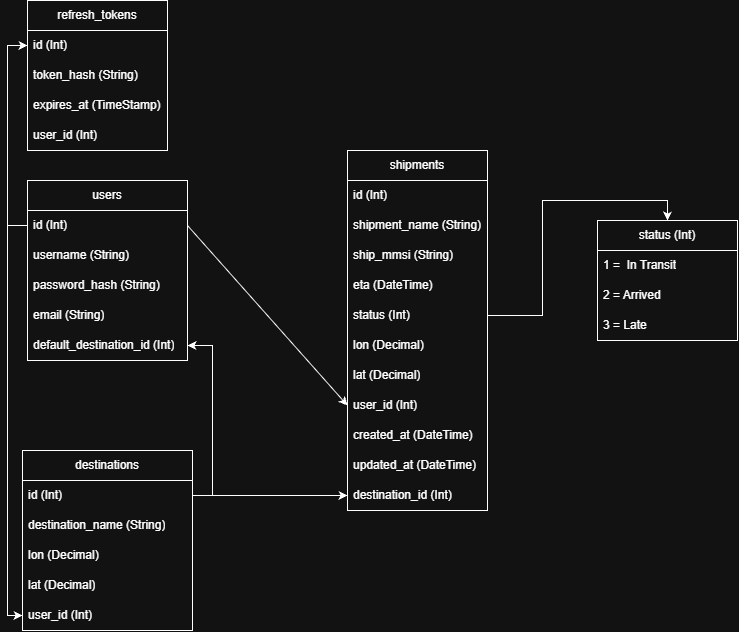
Before: Documentation/Charts/ShipmentTrackingDB.drawio.png, a diagram exported from draw.io (Timanttiso/ShipmentTracking). Source tidied: cells renumbered, new cells last; positions are measured from the earlier drawing's top-left corner, leaving out a move shared by most shapes.
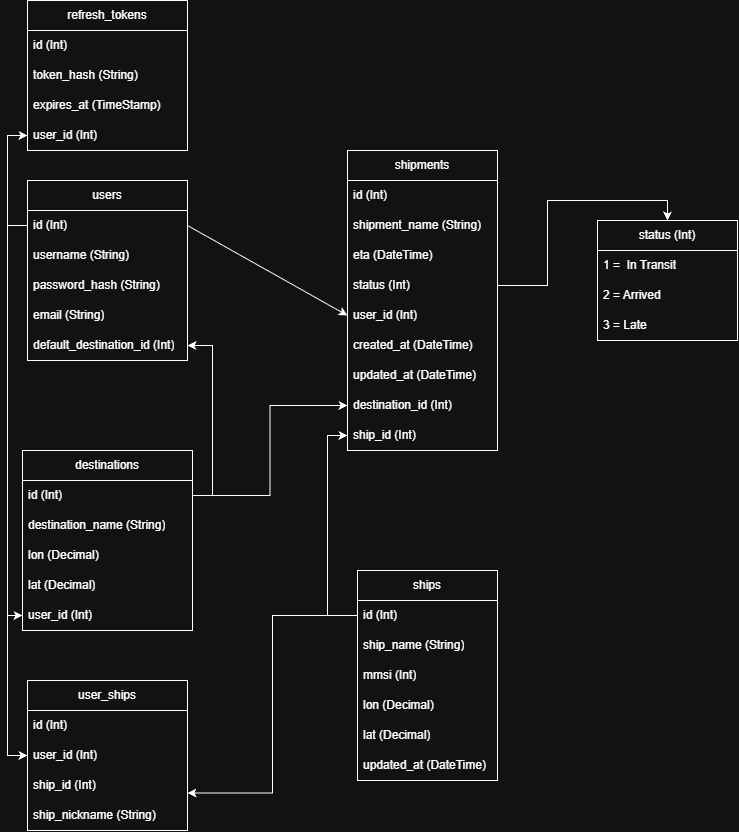
Later version of the same file.

Commit message:
Updated database chart

The edit, as a diff of the source:
```diff
@@ -3,43 +3,37 @@
     <mxCell id="0" />
     <mxCell id="1" parent="0" />
     <mxCell id="2" value="shipments" style="swimlane;fontStyle=0;horizontal=1;startSize=30;whiteSpace=wrap;html=1;" parent="1" vertex="1">
-      <mxGeometry x="325" y="150" width="140" height="360" as="geometry" />
+      <mxGeometry x="325" y="150" width="150" height="300" as="geometry" />
     </mxCell>
     <mxCell id="3" value="id (Int)" style="text;strokeColor=none;fillColor=none;align=left;verticalAlign=middle;spacingLeft=4;spacingRight=4;overflow=hidden;whiteSpace=wrap;html=1;" parent="2" vertex="1">
-      <mxGeometry y="30" width="140" height="30" as="geometry" />
+      <mxGeometry y="30" width="150" height="30" as="geometry" />
     </mxCell>
     <mxCell id="4" value="shipment_name (String)" style="text;strokeColor=none;fillColor=none;align=left;verticalAlign=middle;spacingLeft=4;spacingRight=4;overflow=hidden;whiteSpace=wrap;html=1;" parent="2" vertex="1">
-      <mxGeometry y="60" width="140" height="30" as="geometry" />
+      <mxGeometry y="60" width="150" height="30" as="geometry" />
     </mxCell>
-    <mxCell id="5" value="ship_mmsi (String)" style="text;strokeColor=none;fillColor=none;align=left;verticalAlign=middle;spacingLeft=4;spacingRight=4;overflow=hidden;whiteSpace=wrap;html=1;" parent="2" vertex="1">
-      <mxGeometry y="90" width="140" height="30" as="geometry" />
-    </mxCell>
     <mxCell id="6" value="eta (DateTime)" style="text;strokeColor=none;fillColor=none;align=left;verticalAlign=middle;spacingLeft=4;spacingRight=4;overflow=hidden;whiteSpace=wrap;html=1;" parent="2" vertex="1">
-      <mxGeometry y="120" width="140" height="30" as="geometry" />
+      <mxGeometry y="90" width="150" height="30" as="geometry" />
     </mxCell>
     <mxCell id="7" value="status (Int)" style="text;strokeColor=none;fillColor=none;align=left;verticalAlign=middle;spacingLeft=4;spacingRight=4;overflow=hidden;points=[[0,0.5],[1,0.5]];portConstraint=eastwest;whiteSpace=wrap;html=1;" parent="2" vertex="1">
-      <mxGeometry y="150" width="140" height="30" as="geometry" />
+      <mxGeometry y="120" width="150" height="30" as="geometry" />
     </mxCell>
-    <mxCell id="8" value="lon (Decimal)" style="text;strokeColor=none;fillColor=none;align=left;verticalAlign=middle;spacingLeft=4;spacingRight=4;overflow=hidden;whiteSpace=wrap;html=1;" parent="2" vertex="1">
-      <mxGeometry y="180" width="140" height="30" as="geometry" />
-    </mxCell>
-    <mxCell id="9" value="lat (Decimal)" style="text;strokeColor=none;fillColor=none;align=left;verticalAlign=middle;spacingLeft=4;spacingRight=4;overflow=hidden;whiteSpace=wrap;html=1;" parent="2" vertex="1">
-      <mxGeometry y="210" width="140" height="30" as="geometry" />
-    </mxCell>
     <mxCell id="10" value="user_id (Int)" style="text;strokeColor=none;fillColor=none;align=left;verticalAlign=middle;spacingLeft=4;spacingRight=4;overflow=hidden;points=[[0,0.5],[1,0.5]];portConstraint=eastwest;whiteSpace=wrap;html=1;" parent="2" vertex="1">
-      <mxGeometry y="240" width="140" height="30" as="geometry" />
+      <mxGeometry y="150" width="150" height="30" as="geometry" />
     </mxCell>
     <mxCell id="11" value="created_at (DateTime)" style="text;strokeColor=none;fillColor=none;align=left;verticalAlign=middle;spacingLeft=4;spacingRight=4;overflow=hidden;whiteSpace=wrap;html=1;" parent="2" vertex="1">
-      <mxGeometry y="270" width="140" height="30" as="geometry" />
+      <mxGeometry y="180" width="150" height="30" as="geometry" />
     </mxCell>
     <mxCell id="12" value="updated_at (DateTime)" style="text;strokeColor=none;fillColor=none;align=left;verticalAlign=middle;spacingLeft=4;spacingRight=4;overflow=hidden;whiteSpace=wrap;html=1;" parent="2" vertex="1">
-      <mxGeometry y="300" width="140" height="30" as="geometry" />
+      <mxGeometry y="210" width="150" height="30" as="geometry" />
     </mxCell>
     <mxCell id="13" value="destination_id (Int)" style="text;strokeColor=none;fillColor=none;align=left;verticalAlign=middle;spacingLeft=4;spacingRight=4;overflow=hidden;points=[[0,0.5],[1,0.5]];portConstraint=eastwest;whiteSpace=wrap;html=1;" parent="2" vertex="1">
-      <mxGeometry y="330" width="140" height="30" as="geometry" />
+      <mxGeometry y="240" width="150" height="30" as="geometry" />
     </mxCell>
+    <mxCell id="41" value="ship_id (Int)" style="text;strokeColor=none;fillColor=none;align=left;verticalAlign=middle;spacingLeft=4;spacingRight=4;overflow=hidden;points=[[0,0.5],[1,0.5]];portConstraint=eastwest;whiteSpace=wrap;html=1;" parent="2" vertex="1">
+      <mxGeometry y="270" width="150" height="30" as="geometry" />
+    </mxCell>
-    <mxCell id="14" style="edgeStyle=orthogonalEdgeStyle;rounded=0;jettySize=auto;html=1;exitX=0;exitY=0.25;exitDx=0;exitDy=0;entryX=0;entryY=0.5;entryDx=0;entryDy=0;" parent="1" edge="1" source="15" target="37">
-      <mxGeometry relative="1" as="geometry" />
+    <mxCell id="14" style="edgeStyle=orthogonalEdgeStyle;rounded=0;jettySize=auto;html=1;exitX=0;exitY=0.25;exitDx=0;exitDy=0;entryX=0;entryY=0.5;entryDx=0;entryDy=0;" parent="1" edge="1" source="15" target="40">
+      <mxGeometry x="0.69" relative="1" as="geometry" />
     </mxCell>
     <mxCell id="15" value="users" style="swimlane;fontStyle=0;horizontal=1;startSize=30;whiteSpace=wrap;html=1;" parent="1" vertex="1">
       <mxGeometry x="5" y="180" width="160" height="180" as="geometry" />
@@ -105,19 +99,64 @@
       <mxGeometry relative="1" as="geometry" />
     </mxCell>
     <mxCell id="36" value="refresh_tokens" style="swimlane;fontStyle=0;horizontal=1;startSize=30;whiteSpace=wrap;html=1;" parent="1" vertex="1">
-      <mxGeometry x="5" width="140" height="150" as="geometry" />
+      <mxGeometry x="5" width="160" height="150" as="geometry" />
     </mxCell>
     <mxCell id="37" value="id (Int)" style="text;strokeColor=none;fillColor=none;align=left;verticalAlign=middle;spacingLeft=4;spacingRight=4;overflow=hidden;points=[[0,0.5],[1,0.5]];portConstraint=eastwest;whiteSpace=wrap;html=1;" parent="36" vertex="1">
-      <mxGeometry y="30" width="140" height="30" as="geometry" />
+      <mxGeometry y="30" width="160" height="30" as="geometry" />
     </mxCell>
     <mxCell id="38" value="token_hash (String)" style="text;strokeColor=none;fillColor=none;align=left;verticalAlign=middle;spacingLeft=4;spacingRight=4;overflow=hidden;whiteSpace=wrap;html=1;" parent="36" vertex="1">
-      <mxGeometry y="60" width="140" height="30" as="geometry" />
+      <mxGeometry y="60" width="160" height="30" as="geometry" />
     </mxCell>
     <mxCell id="39" value="expires_at (TimeStamp)" style="text;strokeColor=none;fillColor=none;align=left;verticalAlign=middle;spacingLeft=4;spacingRight=4;overflow=hidden;whiteSpace=wrap;html=1;" parent="36" vertex="1">
-      <mxGeometry y="90" width="140" height="30" as="geometry" />
+      <mxGeometry y="90" width="160" height="30" as="geometry" />
     </mxCell>
     <mxCell id="40" value="user_id (Int)" style="text;strokeColor=none;fillColor=none;align=left;verticalAlign=middle;spacingLeft=4;spacingRight=4;overflow=hidden;points=[[0,0.5],[1,0.5]];portConstraint=eastwest;whiteSpace=wrap;html=1;" parent="36" vertex="1">
-      <mxGeometry y="120" width="140" height="30" as="geometry" />
+      <mxGeometry y="120" width="160" height="30" as="geometry" />
     </mxCell>
+    <mxCell id="42" value="ships" style="swimlane;fontStyle=0;horizontal=1;startSize=30;whiteSpace=wrap;html=1;" parent="1" vertex="1">
+      <mxGeometry x="335" y="570" width="140" height="210" as="geometry" />
+    </mxCell>
+    <mxCell id="43" value="id (Int)" style="text;strokeColor=none;fillColor=none;align=left;verticalAlign=middle;spacingLeft=4;spacingRight=4;overflow=hidden;points=[[0,0.5],[1,0.5]];portConstraint=eastwest;whiteSpace=wrap;html=1;" parent="42" vertex="1">
+      <mxGeometry y="30" width="140" height="30" as="geometry" />
+    </mxCell>
+    <mxCell id="44" value="ship_name (String)" style="text;strokeColor=none;fillColor=none;align=left;verticalAlign=middle;spacingLeft=4;spacingRight=4;overflow=hidden;whiteSpace=wrap;html=1;" parent="42" vertex="1">
+      <mxGeometry y="60" width="140" height="30" as="geometry" />
+    </mxCell>
+    <mxCell id="45" value="mmsi (Int)" style="text;strokeColor=none;fillColor=none;align=left;verticalAlign=middle;spacingLeft=4;spacingRight=4;overflow=hidden;whiteSpace=wrap;html=1;" parent="42" vertex="1">
+      <mxGeometry y="90" width="140" height="30" as="geometry" />
+    </mxCell>
+    <mxCell id="8" value="lon (Decimal)" style="text;strokeColor=none;fillColor=none;align=left;verticalAlign=middle;spacingLeft=4;spacingRight=4;overflow=hidden;whiteSpace=wrap;html=1;" parent="42" vertex="1">
+      <mxGeometry y="120" width="140" height="30" as="geometry" />
+    </mxCell>
+    <mxCell id="9" value="lat (Decimal)" style="text;strokeColor=none;fillColor=none;align=left;verticalAlign=middle;spacingLeft=4;spacingRight=4;overflow=hidden;whiteSpace=wrap;html=1;" parent="42" vertex="1">
+      <mxGeometry y="150" width="140" height="30" as="geometry" />
+    </mxCell>
+    <mxCell id="46" value="updated_at (DateTime)" style="text;strokeColor=none;fillColor=none;align=left;verticalAlign=middle;spacingLeft=4;spacingRight=4;overflow=hidden;whiteSpace=wrap;html=1;" parent="42" vertex="1">
+      <mxGeometry y="180" width="140" height="30" as="geometry" />
+    </mxCell>
+    <mxCell id="47" style="edgeStyle=orthogonalEdgeStyle;rounded=0;jettySize=auto;html=1;entryX=0;entryY=0.5;entryDx=0;entryDy=0;defaultLabelBackgroundColor=page;" parent="1" edge="1" source="43" target="41">
+      <mxGeometry relative="1" as="geometry" />
+    </mxCell>
+    <mxCell id="48" value="user_ships" style="swimlane;fontStyle=0;horizontal=1;startSize=30;whiteSpace=wrap;html=1;" parent="1" vertex="1">
+      <mxGeometry x="5" y="680" width="160" height="150" as="geometry" />
+    </mxCell>
+    <mxCell id="49" value="id (Int)" style="text;strokeColor=none;fillColor=none;align=left;verticalAlign=middle;spacingLeft=4;spacingRight=4;overflow=hidden;whiteSpace=wrap;html=1;" parent="48" vertex="1">
+      <mxGeometry y="30" width="160" height="30" as="geometry" />
+    </mxCell>
+    <mxCell id="50" value="user_id (Int)" style="text;strokeColor=none;fillColor=none;align=left;verticalAlign=middle;spacingLeft=4;spacingRight=4;overflow=hidden;points=[[0,0.5],[1,0.5]];portConstraint=eastwest;whiteSpace=wrap;html=1;" parent="48" vertex="1">
+      <mxGeometry y="60" width="160" height="30" as="geometry" />
+    </mxCell>
+    <mxCell id="51" value="ship_id (Int)" style="text;strokeColor=none;fillColor=none;align=left;verticalAlign=middle;spacingLeft=4;spacingRight=4;overflow=hidden;whiteSpace=wrap;html=1;" parent="48" vertex="1">
+      <mxGeometry y="90" width="160" height="30" as="geometry" />
+    </mxCell>
+    <mxCell id="52" value="ship_nickname (String)" style="text;strokeColor=none;fillColor=none;align=left;verticalAlign=middle;spacingLeft=4;spacingRight=4;overflow=hidden;whiteSpace=wrap;html=1;" parent="48" vertex="1">
+      <mxGeometry y="120" width="160" height="30" as="geometry" />
+    </mxCell>
+    <mxCell id="53" style="edgeStyle=orthogonalEdgeStyle;rounded=0;jettySize=auto;html=1;entryX=1;entryY=0.75;entryDx=0;entryDy=0;defaultLabelBackgroundColor=page;" parent="1" edge="1" source="43" target="48">
+      <mxGeometry x="-0.11" relative="1" as="geometry" />
+    </mxCell>
+    <mxCell id="54" style="edgeStyle=orthogonalEdgeStyle;rounded=0;jettySize=auto;html=1;entryX=0;entryY=0.5;entryDx=0;entryDy=0;defaultLabelBackgroundColor=page;" parent="1" edge="1" source="16" target="50">
+      <mxGeometry relative="1" as="geometry" />
+    </mxCell>
   </root>
 </mxGraphModel>
```
